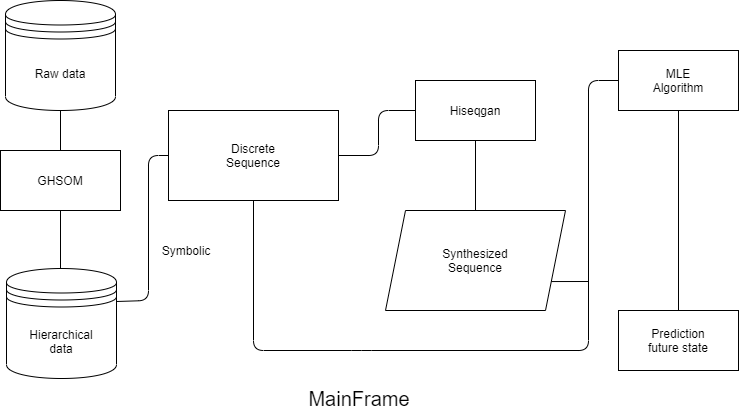
Earlier version of the draw.io export image/mainframe.png (lina2360/HiSeqGan). Source tidied: cells renumbered, new cells last; positions are measured from the earlier drawing's top-left corner, leaving out a move shared by most shapes.
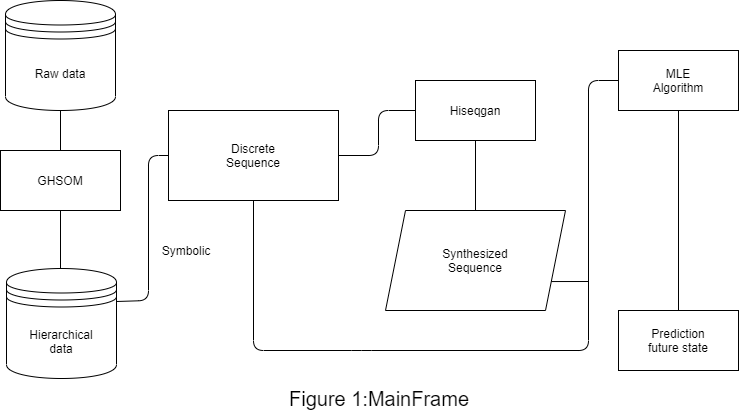
The same file after the commit.

Diff of the diagram source:
```diff
@@ -76,8 +76,8 @@
     <mxCell id="18" value="&lt;span&gt;Hierarchical&lt;/span&gt;&lt;br&gt;&lt;span&gt;data&lt;/span&gt;" style="shape=datastore;whiteSpace=wrap;html=1;" parent="1" vertex="1">
       <mxGeometry x="6" y="268" width="110" height="110" as="geometry" />
     </mxCell>
-    <mxCell id="19" value="&lt;font style=&quot;font-size: 20px&quot;&gt;MainFrame&lt;/font&gt;" style="text;html=1;strokeColor=none;fillColor=none;align=center;verticalAlign=middle;whiteSpace=wrap;rounded=0;" parent="1" vertex="1">
-      <mxGeometry x="289" y="378" width="140" height="40" as="geometry" />
+    <mxCell id="19" value="&lt;font style=&quot;font-size: 20px&quot;&gt;Figure 1:MainFrame&lt;/font&gt;" style="text;html=1;strokeColor=none;fillColor=none;align=center;verticalAlign=middle;whiteSpace=wrap;rounded=0;" parent="1" vertex="1">
+      <mxGeometry x="278" y="378" width="202" height="40" as="geometry" />
     </mxCell>
   </root>
 </mxGraphModel>
```
